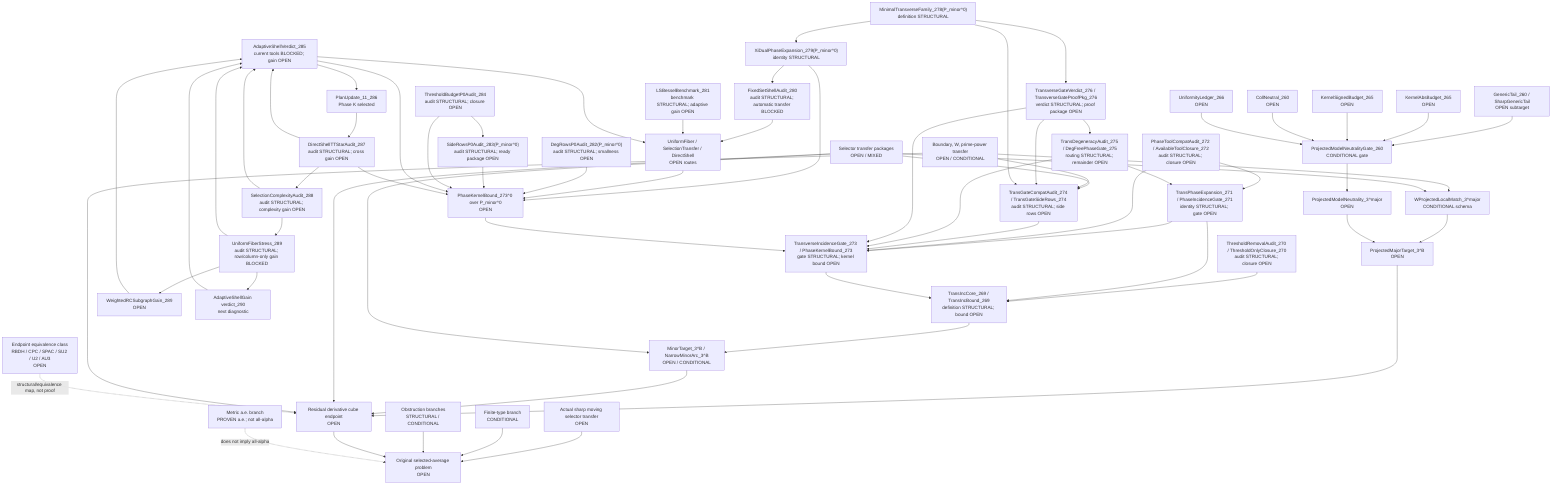
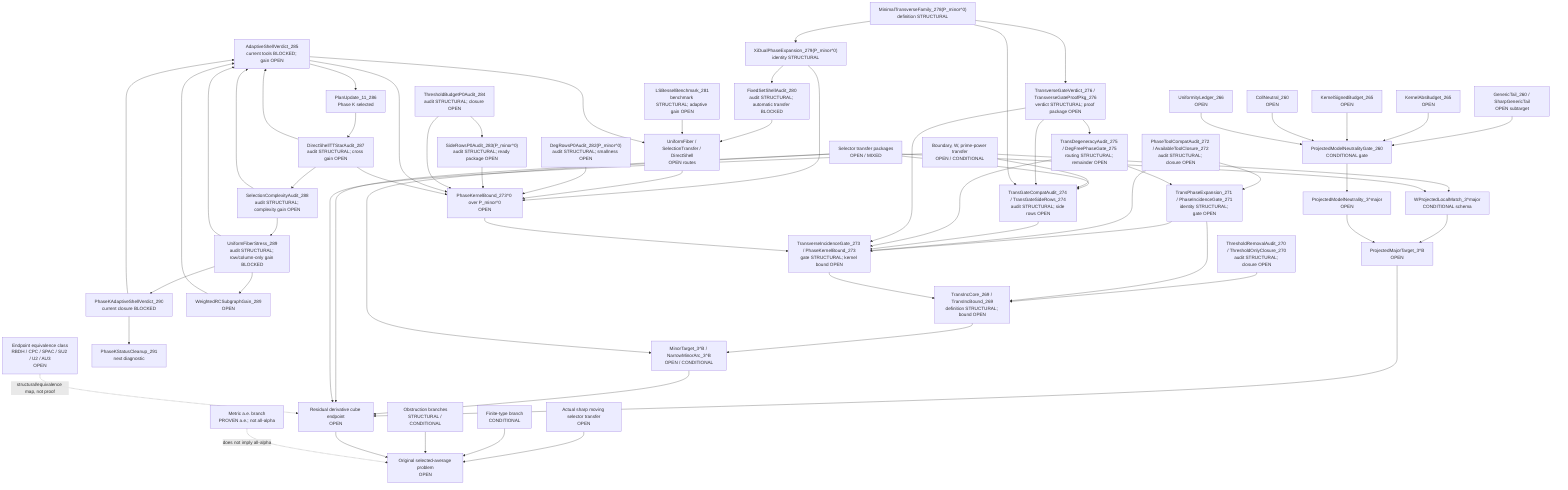
flowchart TD
  Original["Original selected-average problem<br/>OPEN"]
  SharpSel["Actual sharp moving selector transfer<br/>OPEN"]
  FiniteType["Finite-type branch<br/>CONDITIONAL"]
  Metric["Metric a.e. branch<br/>PROVEN a.e.; not all-alpha"]
  Obstruction["Obstruction branches<br/>STRUCTURAL / CONDITIONAL"]

  ResCube["Residual derivative cube endpoint<br/>OPEN"]
  MajorTarget["ProjectedMajorTarget_3^B<br/>OPEN"]
  MinorTarget["MinorTarget_3^B / NarrowMinorArc_3^B<br/>OPEN / CONDITIONAL"]
  TransInc["TransIncCore_269 / TransIncBound_269<br/>definition STRUCTURAL; bound OPEN"]
  ThresholdAudit["ThresholdRemovalAudit_270 / ThresholdOnlyClosure_270<br/>audit STRUCTURAL; closure OPEN"]
  PhaseExpansion["TransPhaseExpansion_271 / PhaseIncidenceGate_271<br/>identity STRUCTURAL; gate OPEN"]
  ToolCompat["PhaseToolCompatAudit_272 / AvailableToolClosure_272<br/>audit STRUCTURAL; closure OPEN"]
  TransGate["TransverseIncidenceGate_273 / PhaseKernelBound_273<br/>gate STRUCTURAL; kernel bound OPEN"]
  TransGateCompat["TransGateCompatAudit_274 / TransGateSideRows_274<br/>audit STRUCTURAL; side rows OPEN"]
  DegAudit["TransDegeneracyAudit_275 / DegFreePhaseGate_275<br/>routing STRUCTURAL; remainder OPEN"]
  TransVerdict["TransverseGateVerdict_276 / TransverseGateProofPkg_276<br/>verdict STRUCTURAL; proof package OPEN"]
  MinTransFamily["MinimalTransverseFamily_278(P_minor^0)<br/>definition STRUCTURAL"]
  XiExpansion["XiDualPhaseExpansion_279(P_minor^0)<br/>identity STRUCTURAL"]
  FixedShellAudit["FixedSetShellAudit_280<br/>audit STRUCTURAL; automatic transfer BLOCKED"]
  FixedShellTransfer["UniformFiber / SelectionTransfer / DirectShell<br/>OPEN routes"]
  LSBesselBench["LSBesselBenchmark_281<br/>benchmark STRUCTURAL; adaptive gain OPEN"]
  DegRowsP0["DegRowsP0Audit_282(P_minor^0)<br/>audit STRUCTURAL; smallness OPEN"]
  SideRowsP0["SideRowsP0Audit_283(P_minor^0)<br/>audit STRUCTURAL; ready package OPEN"]
  ThresholdP0["ThresholdBudgetP0Audit_284<br/>audit STRUCTURAL; closure OPEN"]
  AdaptiveShellP0["AdaptiveShellVerdict_285<br/>current tools BLOCKED; gain OPEN"]
  PlanUpdate11["PlanUpdate_11_286<br/>Phase K selected"]
  DirectTTStar["DirectShellTTStarAudit_287<br/>audit STRUCTURAL; cross gain OPEN"]
  SelectionComplexity["SelectionComplexityAudit_288<br/>audit STRUCTURAL; complexity gain OPEN"]
  UniformFiberStress["UniformFiberStress_289<br/>audit STRUCTURAL; row/column-only gain BLOCKED"]
  WeightedRCSubgraph["WeightedRCSubgraphGain_289<br/>OPEN"]
-   AdaptiveVerdict290["AdaptiveShellGain verdict_290<br/>next diagnostic"]
+   AdaptiveVerdict290["PhaseKAdaptiveShellVerdict_290<br/>current closure BLOCKED"]
+   PhaseKCleanup291["PhaseKStatusCleanup_291<br/>next diagnostic"]
  PhaseKernel0["PhaseKernelBound_273^0 over P_minor^0<br/>OPEN"]
  SelectorTransfer["Selector transfer packages<br/>OPEN / MIXED"]
  BoundaryTransfer["Boundary, W, prime-power transfer<br/>OPEN / CONDITIONAL"]

  WLocal["WProjectedLocalMatch_3^major<br/>CONDITIONAL schema"]
  ModelNeutral["ProjectedModelNeutrality_3^major<br/>OPEN"]
  PMNGate["ProjectedModelNeutralityGate_260<br/>CONDITIONAL gate"]
  GenericTail["GenericTail_260 / SharpGenericTail<br/>OPEN subtarget"]
  KernelAbs["KernelAbsBudget_265<br/>OPEN"]
  KernelSigned["KernelSignedBudget_265<br/>OPEN"]
  CollNeutral["CollNeutral_260<br/>OPEN"]
  Uniformity["UniformityLedger_266<br/>OPEN"]

  EndpointClass["Endpoint equivalence class<br/>RBDH / CPC / SPAC / SU2 / U2 / AU3<br/>OPEN"]

  SharpSel --> Original
  FiniteType --> Original
  Obstruction --> Original
  ResCube --> Original
  Metric -. "does not imply all-alpha" .-> Original

  MajorTarget --> ResCube
  MinorTarget --> ResCube
  TransInc --> MinorTarget
  ThresholdAudit --> TransInc
  PhaseExpansion --> TransInc
  ToolCompat --> PhaseExpansion
  TransGate --> TransInc
  PhaseExpansion --> TransGate
  ToolCompat --> TransGate
  TransGateCompat --> TransGate
  SelectorTransfer --> TransGateCompat
  BoundaryTransfer --> TransGateCompat
  DegAudit --> TransGate
  DegAudit --> PhaseExpansion
  TransVerdict --> TransGate
  TransVerdict --> TransGateCompat
  TransVerdict --> DegAudit
  PhaseKernel0 --> TransGate
  MinTransFamily --> XiExpansion
  XiExpansion --> PhaseKernel0
  XiExpansion --> FixedShellAudit
  FixedShellAudit --> FixedShellTransfer
  FixedShellTransfer --> PhaseKernel0
  LSBesselBench --> FixedShellTransfer
  DegRowsP0 --> PhaseKernel0
  SideRowsP0 --> PhaseKernel0
  ThresholdP0 --> SideRowsP0
  ThresholdP0 --> PhaseKernel0
  AdaptiveShellP0 --> PhaseKernel0
  AdaptiveShellP0 --> FixedShellTransfer
  AdaptiveShellP0 --> PlanUpdate11
  PlanUpdate11 --> DirectTTStar
  DirectTTStar --> AdaptiveShellP0
  DirectTTStar --> PhaseKernel0
  DirectTTStar --> SelectionComplexity
  SelectionComplexity --> UniformFiberStress
  SelectionComplexity --> AdaptiveShellP0
  UniformFiberStress --> WeightedRCSubgraph
  WeightedRCSubgraph --> AdaptiveShellP0
  UniformFiberStress --> AdaptiveVerdict290
  UniformFiberStress --> AdaptiveShellP0
  AdaptiveVerdict290 --> AdaptiveShellP0
+   AdaptiveVerdict290 --> PhaseKCleanup291
  MinTransFamily --> TransGateCompat
  MinTransFamily --> TransVerdict
  SelectorTransfer --> ResCube
  BoundaryTransfer --> ResCube
  EndpointClass -. "structural/equivalence map, not proof" .-> ResCube

  WLocal --> MajorTarget
  ModelNeutral --> MajorTarget

  PMNGate --> ModelNeutral
  GenericTail --> PMNGate
  KernelAbs --> PMNGate
  KernelSigned --> PMNGate
  CollNeutral --> PMNGate
  Uniformity --> PMNGate

  BoundaryTransfer --> WLocal
  SelectorTransfer --> WLocal
  SelectorTransfer --> MinorTarget
